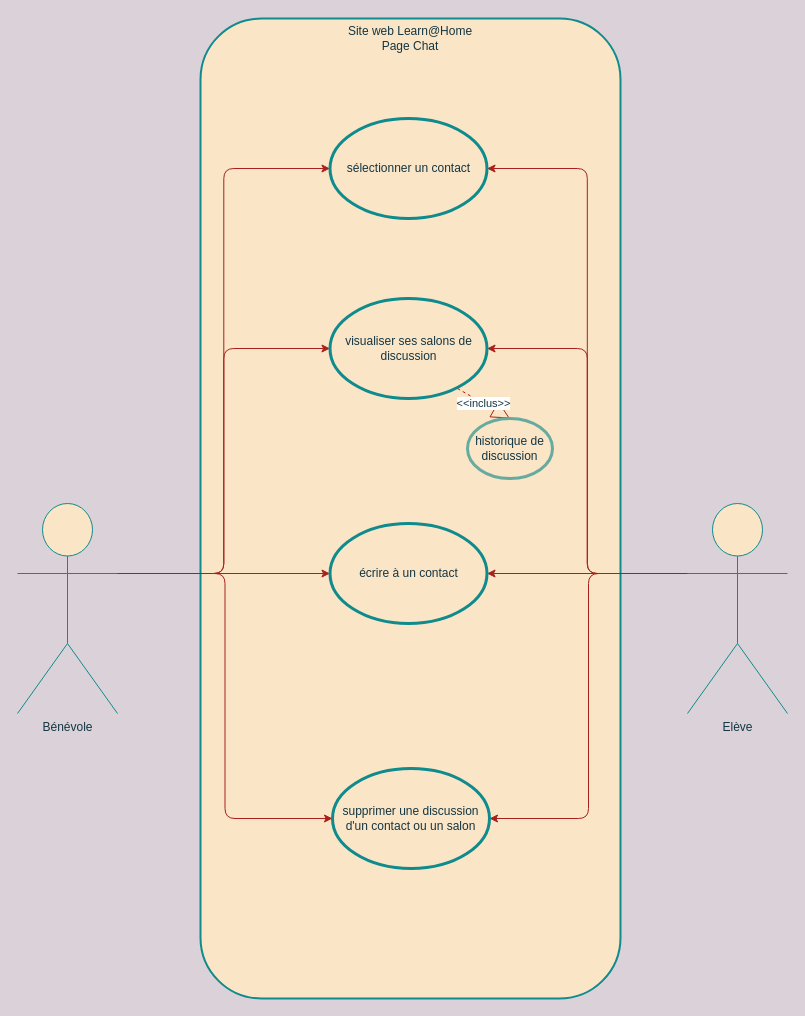
Above: page "chat" (3 of 6) of diagrammes de cas d’usage_v3.drawio in Formation-DA-PYTHON2021/projet3 (draw.io), before the change. Source tidied: cells renumbered, new cells numbered last; positions are measured from the earlier drawing's top-left corner, leaving out a move shared by most shapes. Both pictures are drawn from the tidied source at 100%, with x=0, y=0 at pixel (17, 18).
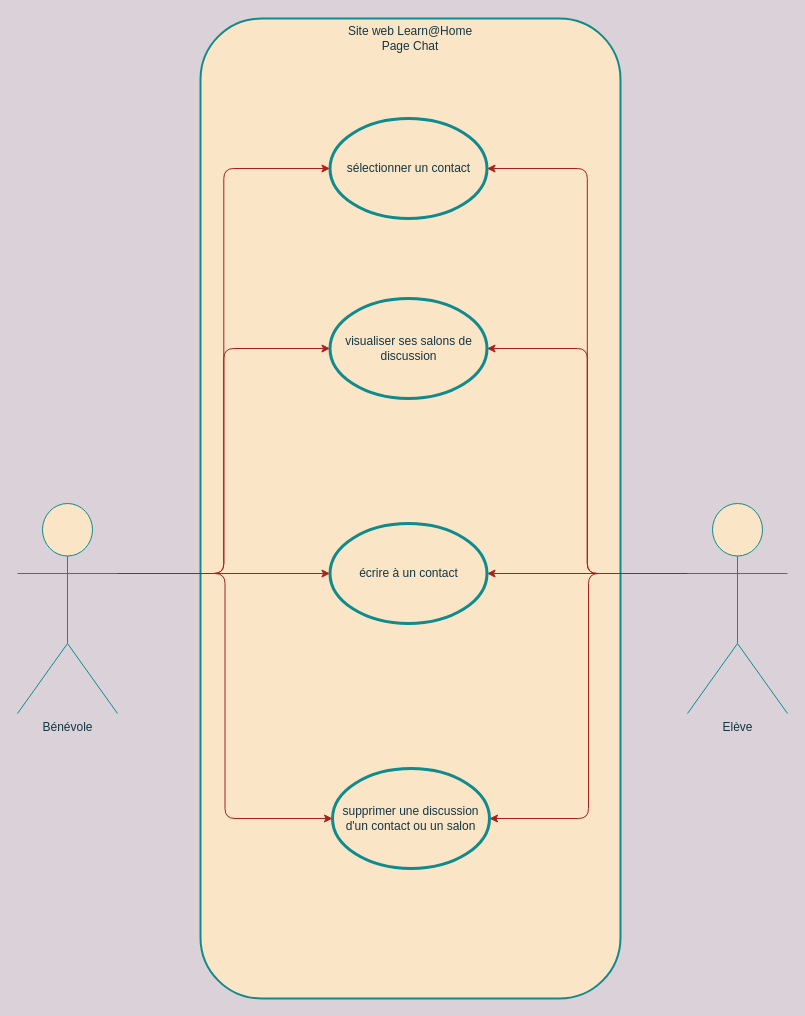
The same page after the edit.

Change to the diagram source:
```diff
@@
 <mxGraphModel background="#DAD2D8">
   <root>
     <mxCell id="0" />
     <mxCell id="1" parent="0" />
     <mxCell id="2" style="rounded=1;whiteSpace=wrap;html=1;absoluteArcSize=1;arcSize=122;strokeWidth=2;fillColor=#FAE5C7;strokeColor=#0F8B8D;fontColor=#143642;" parent="1" vertex="1">
       <mxGeometry x="183" width="420" height="980" as="geometry" />
     </mxCell>
     <mxCell id="3" style="edgeStyle=orthogonalEdgeStyle;rounded=1;jettySize=auto;html=1;exitX=1;exitY=0.3333333333333333;exitDx=0;exitDy=0;exitPerimeter=0;entryX=0;entryY=0.5;entryDx=0;entryDy=0;fontColor=#143642;endArrow=classic;endFill=1;strokeColor=#A8201A;fillColor=#FAE5C7;" parent="1" edge="1" source="7" target="17">
       <mxGeometry relative="1" as="geometry" />
     </mxCell>
     <mxCell id="4" style="edgeStyle=orthogonalEdgeStyle;rounded=1;jettySize=auto;html=1;exitX=1;exitY=0.3333333333333333;exitDx=0;exitDy=0;exitPerimeter=0;entryX=0;entryY=0.5;entryDx=0;entryDy=0;fontColor=#143642;endArrow=classic;endFill=1;strokeColor=#A8201A;fillColor=#FAE5C7;" parent="1" edge="1" source="7" target="16">
       <mxGeometry relative="1" as="geometry" />
     </mxCell>
     <mxCell id="5" style="edgeStyle=orthogonalEdgeStyle;rounded=1;jettySize=auto;html=1;exitX=1;exitY=0.3333333333333333;exitDx=0;exitDy=0;exitPerimeter=0;entryX=0;entryY=0.5;entryDx=0;entryDy=0;fontColor=#143642;endArrow=classic;endFill=1;strokeColor=#A8201A;fillColor=#FAE5C7;" parent="1" edge="1" source="7" target="15">
       <mxGeometry relative="1" as="geometry" />
     </mxCell>
     <mxCell id="6" style="edgeStyle=orthogonalEdgeStyle;rounded=1;jettySize=auto;html=1;exitX=1;exitY=0.3333333333333333;exitDx=0;exitDy=0;exitPerimeter=0;entryX=0;entryY=0.5;entryDx=0;entryDy=0;fontColor=#143642;endArrow=classic;endFill=1;strokeColor=#A8201A;fillColor=#FAE5C7;" parent="1" edge="1" source="7" target="14">
       <mxGeometry relative="1" as="geometry" />
     </mxCell>
     <mxCell id="7" value="Bénévole" style="shape=umlActor;verticalLabelPosition=bottom;verticalAlign=top;html=1;fillColor=#FAE5C7;strokeColor=#0F8B8D;fontColor=#143642;" parent="1" vertex="1">
       <mxGeometry y="485" width="100" height="210" as="geometry" />
     </mxCell>
     <mxCell id="8" style="edgeStyle=orthogonalEdgeStyle;rounded=1;jettySize=auto;html=1;exitX=0;exitY=0.3333333333333333;exitDx=0;exitDy=0;exitPerimeter=0;entryX=1;entryY=0.5;entryDx=0;entryDy=0;fontColor=#143642;endArrow=classic;endFill=1;strokeColor=#A8201A;fillColor=#FAE5C7;" parent="1" edge="1" source="12" target="16">
       <mxGeometry relative="1" as="geometry" />
     </mxCell>
     <mxCell id="9" style="edgeStyle=orthogonalEdgeStyle;rounded=1;jettySize=auto;html=1;exitX=0;exitY=0.3333333333333333;exitDx=0;exitDy=0;exitPerimeter=0;entryX=1;entryY=0.5;entryDx=0;entryDy=0;fontColor=#143642;endArrow=classic;endFill=1;strokeColor=#A8201A;fillColor=#FAE5C7;" parent="1" edge="1" source="12" target="14">
       <mxGeometry relative="1" as="geometry" />
     </mxCell>
     <mxCell id="10" style="edgeStyle=orthogonalEdgeStyle;rounded=1;jettySize=auto;html=1;exitX=0;exitY=0.3333333333333333;exitDx=0;exitDy=0;exitPerimeter=0;entryX=1;entryY=0.5;entryDx=0;entryDy=0;fontColor=#143642;endArrow=classic;endFill=1;strokeColor=#A8201A;fillColor=#FAE5C7;" parent="1" edge="1" source="12" target="15">
       <mxGeometry relative="1" as="geometry" />
     </mxCell>
     <mxCell id="11" style="edgeStyle=orthogonalEdgeStyle;rounded=1;jettySize=auto;html=1;exitX=0;exitY=0.3333333333333333;exitDx=0;exitDy=0;exitPerimeter=0;entryX=1;entryY=0.5;entryDx=0;entryDy=0;fontColor=#143642;endArrow=classic;endFill=1;strokeColor=#A8201A;fillColor=#FAE5C7;" parent="1" edge="1" source="12" target="17">
       <mxGeometry relative="1" as="geometry" />
     </mxCell>
     <mxCell id="12" value="Elève" style="shape=umlActor;verticalLabelPosition=bottom;verticalAlign=top;html=1;fillColor=#FAE5C7;strokeColor=#0F8B8D;fontColor=#143642;" parent="1" vertex="1">
       <mxGeometry x="670" y="485" width="100" height="210" as="geometry" />
     </mxCell>
     <mxCell id="13" value="Site web Learn@Home&lt;br&gt;Page Chat" style="text;html=1;strokeColor=none;fillColor=none;align=center;verticalAlign=middle;whiteSpace=wrap;rounded=0;fontColor=#143642;" parent="1" vertex="1">
       <mxGeometry x="228" y="10" width="330" height="20" as="geometry" />
     </mxCell>
     <mxCell id="14" value="sélectionner un contact" style="ellipse;whiteSpace=wrap;html=1;fillColor=#FAE5C7;strokeColor=#0F8B8D;fontColor=#143642;strokeWidth=3;" parent="1" vertex="1">
       <mxGeometry x="312.5" y="100" width="157" height="100" as="geometry" />
     </mxCell>
     <mxCell id="15" value="visualiser ses salons de discussion" style="ellipse;whiteSpace=wrap;html=1;fillColor=#FAE5C7;strokeColor=#0F8B8D;fontColor=#143642;strokeWidth=3;" parent="1" vertex="1">
       <mxGeometry x="312.5" y="280" width="157" height="100" as="geometry" />
     </mxCell>
     <mxCell id="16" value="écrire à un contact" style="ellipse;whiteSpace=wrap;html=1;fillColor=#FAE5C7;strokeColor=#0F8B8D;fontColor=#143642;strokeWidth=3;" parent="1" vertex="1">
       <mxGeometry x="312.5" y="505" width="157" height="100" as="geometry" />
     </mxCell>
     <mxCell id="17" value="supprimer une discussion d'un contact ou un salon" style="ellipse;whiteSpace=wrap;html=1;fillColor=#FAE5C7;strokeColor=#0F8B8D;fontColor=#143642;strokeWidth=3;" parent="1" vertex="1">
       <mxGeometry x="315" y="750" width="157" height="100" as="geometry" />
     </mxCell>
-    <mxCell id="18" value="&amp;lt;&amp;lt;inclus&amp;gt;&amp;gt;" style="endArrow=block;endSize=16;endFill=0;html=1;fontColor=#143642;strokeColor=#A8201A;fillColor=#FAE5C7;exitX=0.812;exitY=0.9;exitDx=0;exitDy=0;entryX=0.5;entryY=0;entryDx=0;entryDy=0;exitPerimeter=0;dashed=1;" parent="1" edge="1" source="15" target="19">
-      <mxGeometry relative="1" as="geometry" />
-    </mxCell>
-    <mxCell id="19" value="historique de discussion" style="ellipse;whiteSpace=wrap;html=1;fillColor=#FAE5C7;strokeColor=#67AB9F;fontColor=#143642;strokeWidth=3;" parent="1" vertex="1">
-      <mxGeometry x="450" y="400" width="85" height="60" as="geometry" />
-    </mxCell>
   </root>
 </mxGraphModel>
```
